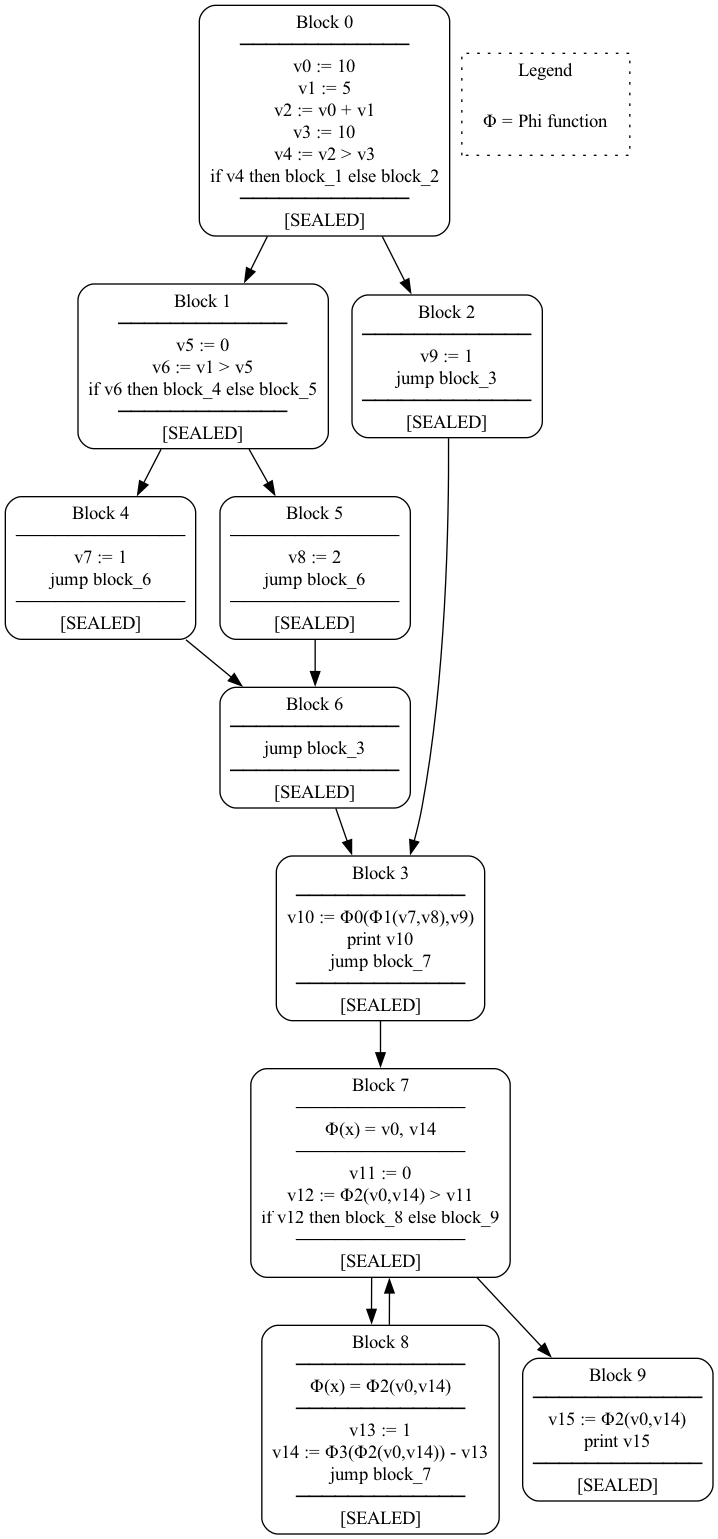
Earlier version of the Graphviz export rust/ssa-test/ssa_graph.png (jimmyhmiller/PlayGround). Its source is kept beside it as rust/ssa-test/ssa_graph.dot.
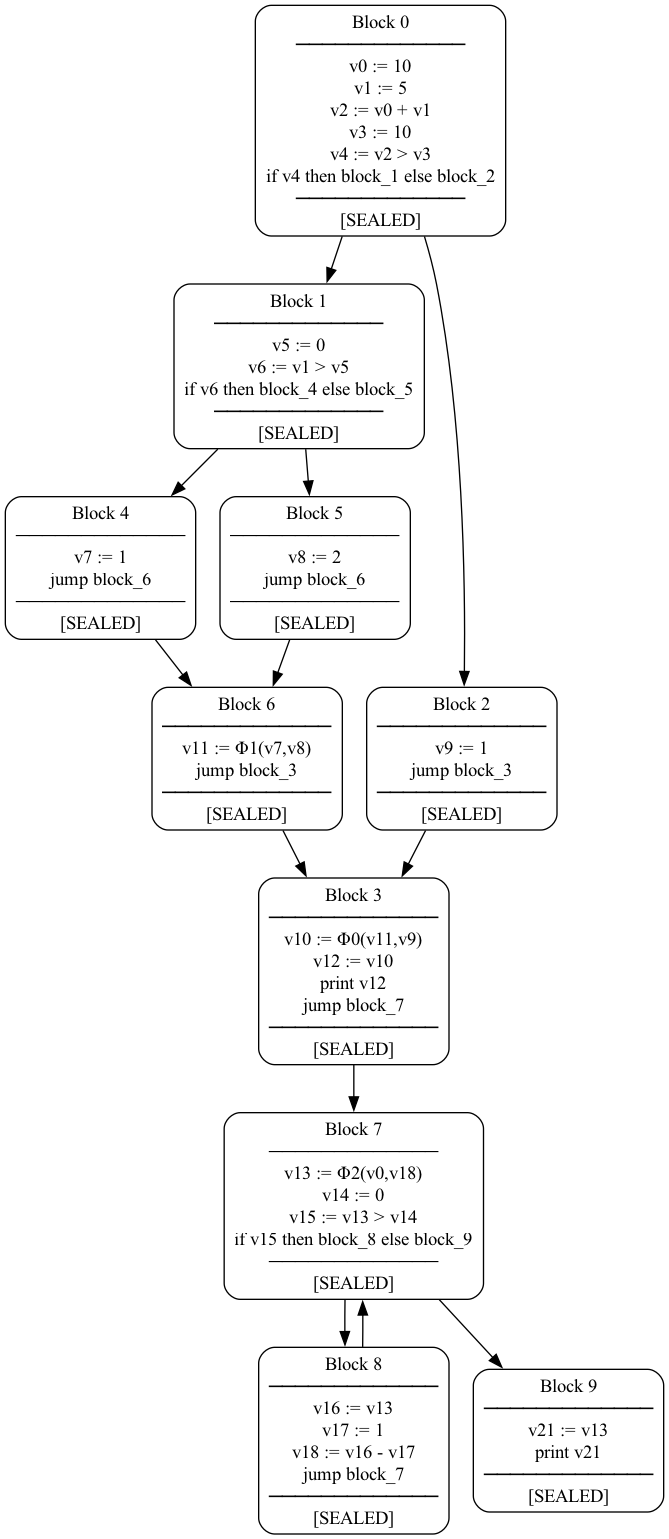
Later version of the same file.

What changed in the source:
```diff
@@ -5,13 +5,13 @@
     block_0 [label="Block 0\n─────────────\nv0 := 10\nv1 := 5\nv2 := v0 + v1\nv3 := 10\nv4 := v2 > v3\nif v4 then block_1 else block_2\n─────────────\n[SEALED]\n"];
     block_1 [label="Block 1\n─────────────\nv5 := 0\nv6 := v1 > v5\nif v6 then block_4 else block_5\n─────────────\n[SEALED]\n"];
     block_2 [label="Block 2\n─────────────\nv9 := 1\njump block_3\n─────────────\n[SEALED]\n"];
-    block_3 [label="Block 3\n─────────────\nv10 := Φ0(Φ1(v7,v8),v9)\nprint v10\njump block_7\n─────────────\n[SEALED]\n"];
+    block_3 [label="Block 3\n─────────────\nv10 := Φ0(v11,v9)\nv12 := v10\nprint v12\njump block_7\n─────────────\n[SEALED]\n"];
     block_4 [label="Block 4\n─────────────\nv7 := 1\njump block_6\n─────────────\n[SEALED]\n"];
     block_5 [label="Block 5\n─────────────\nv8 := 2\njump block_6\n─────────────\n[SEALED]\n"];
-    block_6 [label="Block 6\n─────────────\njump block_3\n─────────────\n[SEALED]\n"];
-    block_7 [label="Block 7\n─────────────\nΦ(x) = v0, v14\n─────────────\nv11 := 0\nv12 := Φ2(v0,v14) > v11\nif v12 then block_8 else block_9\n─────────────\n[SEALED]\n"];
-    block_8 [label="Block 8\n─────────────\nΦ(x) = Φ2(v0,v14)\n─────────────\nv13 := 1\nv14 := Φ3(Φ2(v0,v14)) - v13\njump block_7\n─────────────\n[SEALED]\n"];
-    block_9 [label="Block 9\n─────────────\nv15 := Φ2(v0,v14)\nprint v15\n─────────────\n[SEALED]\n"];
+    block_6 [label="Block 6\n─────────────\nv11 := Φ1(v7,v8)\njump block_3\n─────────────\n[SEALED]\n"];
+    block_7 [label="Block 7\n─────────────\nv13 := Φ2(v0,v18)\nv14 := 0\nv15 := v13 > v14\nif v15 then block_8 else block_9\n─────────────\n[SEALED]\n"];
+    block_8 [label="Block 8\n─────────────\nv16 := v13\nv17 := 1\nv18 := v16 - v17\njump block_7\n─────────────\n[SEALED]\n"];
+    block_9 [label="Block 9\n─────────────\nv21 := v13\nprint v21\n─────────────\n[SEALED]\n"];
     block_0 -> block_1;
     block_0 -> block_2;
     block_6 -> block_3;
@@ -24,10 +24,4 @@
     block_8 -> block_7;
     block_7 -> block_8;
     block_7 -> block_9;
-
-    subgraph cluster_legend {
-        label="Legend";
-        style=dotted;
-        "Φ = Phi function" [shape=plaintext];
-    }
 }
```
